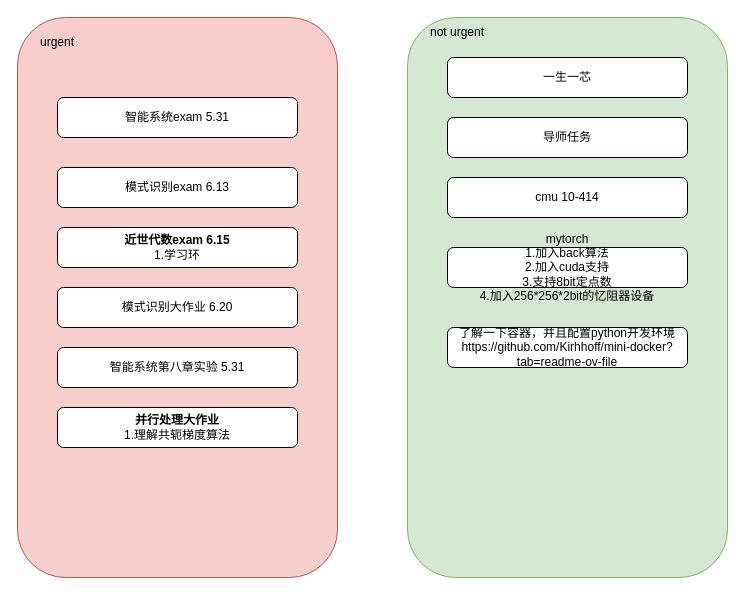
Above: todo work.drawio in DavidZyy/drawio_repo (draw.io), before the change. Source tidied: cells renumbered, new cells numbered last; positions are measured from the earlier drawing's top-left corner, leaving out a move shared by most shapes. Both pictures are drawn from the tidied source at 100%, with x=0, y=0 at pixel (17, 17).
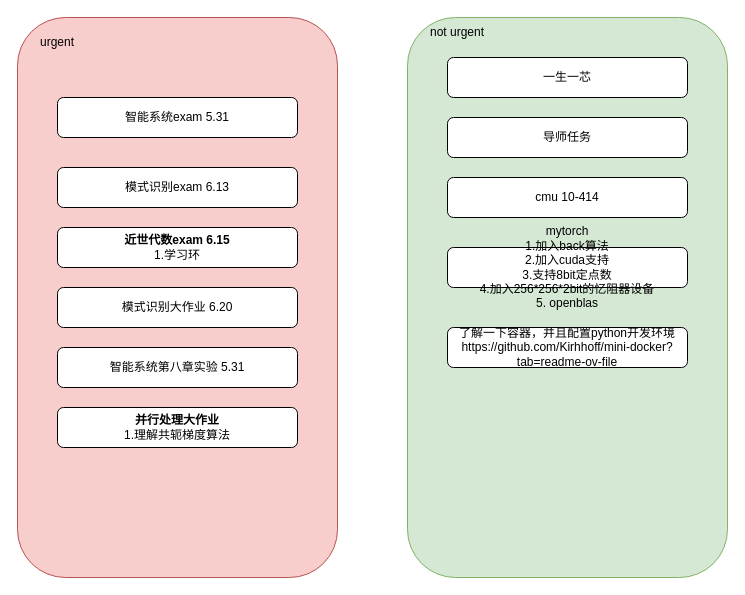
After the change.

Diff of the diagram source:
```diff
@@
 <mxGraphModel>
   <root>
     <mxCell id="0" />
     <mxCell id="1" parent="0" />
     <mxCell id="2" style="rounded=1;whiteSpace=wrap;html=1;fillColor=#f8cecc;strokeColor=#b85450;" parent="1" vertex="1">
       <mxGeometry width="320" height="560" as="geometry" />
     </mxCell>
     <mxCell id="3" value="urgent" style="text;strokeColor=none;align=center;fillColor=none;html=1;verticalAlign=middle;whiteSpace=wrap;rounded=0;" parent="1" vertex="1">
       <mxGeometry x="10" y="10" width="60" height="30" as="geometry" />
     </mxCell>
     <mxCell id="4" style="rounded=1;whiteSpace=wrap;html=1;fillColor=#d5e8d4;strokeColor=#82b366;" parent="1" vertex="1">
       <mxGeometry x="390" width="320" height="560" as="geometry" />
     </mxCell>
     <mxCell id="5" value="not urgent" style="text;strokeColor=none;align=center;fillColor=none;html=1;verticalAlign=middle;whiteSpace=wrap;rounded=0;" parent="1" vertex="1">
       <mxGeometry x="410" width="60" height="30" as="geometry" />
     </mxCell>
     <mxCell id="6" value="模式识别exam 6.13" style="rounded=1;whiteSpace=wrap;html=1;" parent="1" vertex="1">
       <mxGeometry x="40" y="150" width="240" height="40" as="geometry" />
     </mxCell>
     <mxCell id="7" value="智能系统exam 5.31" style="rounded=1;whiteSpace=wrap;html=1;" parent="1" vertex="1">
       <mxGeometry x="40" y="80" width="240" height="40" as="geometry" />
     </mxCell>
     <mxCell id="8" value="&lt;b&gt;近世代数exam 6.15&lt;/b&gt;&lt;div&gt;1.学习环&lt;/div&gt;" style="rounded=1;whiteSpace=wrap;html=1;" parent="1" vertex="1">
       <mxGeometry x="40" y="210" width="240" height="40" as="geometry" />
     </mxCell>
     <mxCell id="9" value="模式识别大作业 6.20" style="rounded=1;whiteSpace=wrap;html=1;" parent="1" vertex="1">
       <mxGeometry x="40" y="270" width="240" height="40" as="geometry" />
     </mxCell>
     <mxCell id="10" value="智能系统第八章实验 5.31" style="rounded=1;whiteSpace=wrap;html=1;" parent="1" vertex="1">
       <mxGeometry x="40" y="330" width="240" height="40" as="geometry" />
     </mxCell>
     <mxCell id="11" value="一生一芯" style="rounded=1;whiteSpace=wrap;html=1;" parent="1" vertex="1">
       <mxGeometry x="430" y="40" width="240" height="40" as="geometry" />
     </mxCell>
     <mxCell id="12" value="导师任务" style="rounded=1;whiteSpace=wrap;html=1;" parent="1" vertex="1">
       <mxGeometry x="430" y="100" width="240" height="40" as="geometry" />
     </mxCell>
     <mxCell id="13" value="&lt;b&gt;并行处理大作业&lt;/b&gt;&lt;div&gt;1.理解共轭梯度算法&lt;/div&gt;" style="rounded=1;whiteSpace=wrap;html=1;" parent="1" vertex="1">
       <mxGeometry x="40" y="390" width="240" height="40" as="geometry" />
     </mxCell>
     <mxCell id="14" value="cmu 10-414" style="rounded=1;whiteSpace=wrap;html=1;" parent="1" vertex="1">
       <mxGeometry x="430" y="160" width="240" height="40" as="geometry" />
     </mxCell>
-    <mxCell id="15" value="mytorch&lt;div&gt;1.加入back算法&lt;/div&gt;&lt;div&gt;2.加入cuda支持&lt;/div&gt;&lt;div&gt;3.支持8bit定点数&lt;/div&gt;&lt;div&gt;4.加入256*256*2bit的忆阻器设备&lt;/div&gt;" style="rounded=1;whiteSpace=wrap;html=1;" parent="1" vertex="1">
+    <mxCell id="15" value="mytorch&lt;div&gt;1.加入back算法&lt;/div&gt;&lt;div&gt;2.加入cuda支持&lt;/div&gt;&lt;div&gt;3.支持8bit定点数&lt;/div&gt;&lt;div&gt;4.加入256*256*2bit的忆阻器设备&lt;/div&gt;&lt;div&gt;5. openblas&lt;/div&gt;" style="rounded=1;whiteSpace=wrap;html=1;" parent="1" vertex="1">
       <mxGeometry x="430" y="230" width="240" height="40" as="geometry" />
     </mxCell>
     <mxCell id="16" value="了解一下容器，并且配置python开发环境https://github.com/Kirhhoff/mini-docker?tab=readme-ov-file" style="rounded=1;whiteSpace=wrap;html=1;" parent="1" vertex="1">
       <mxGeometry x="430" y="310" width="240" height="40" as="geometry" />
     </mxCell>
   </root>
 </mxGraphModel>
```
